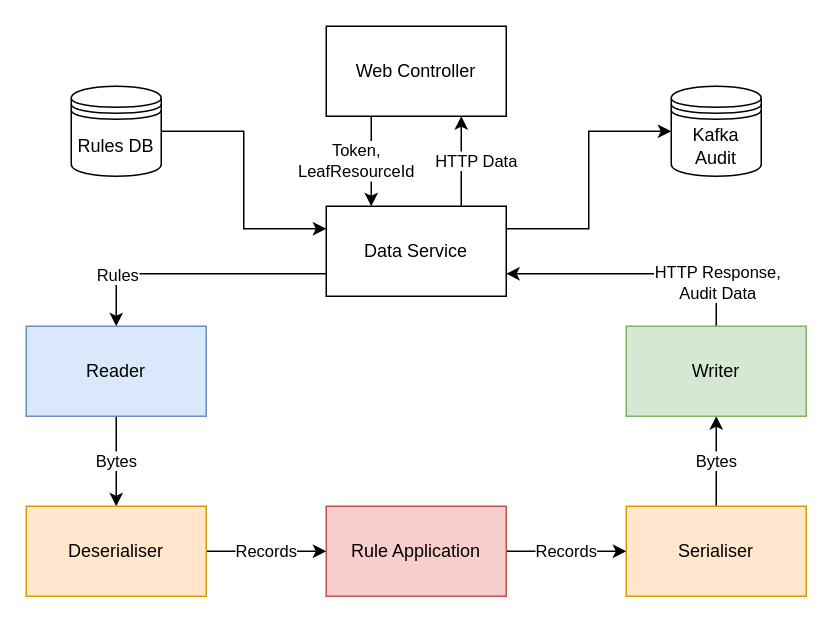
gchq/Palisade-services keeps this draw.io diagram as data-service/doc/data-streaming-pathway.drawio. Above is the earlier version. Source tidied: cells renumbered, new cells numbered last; positions are measured from the earlier drawing's top-left corner, leaving out a move shared by most shapes. Both pictures are drawn from the tidied source at 150%, with x=0, y=0 at pixel (26, 26).
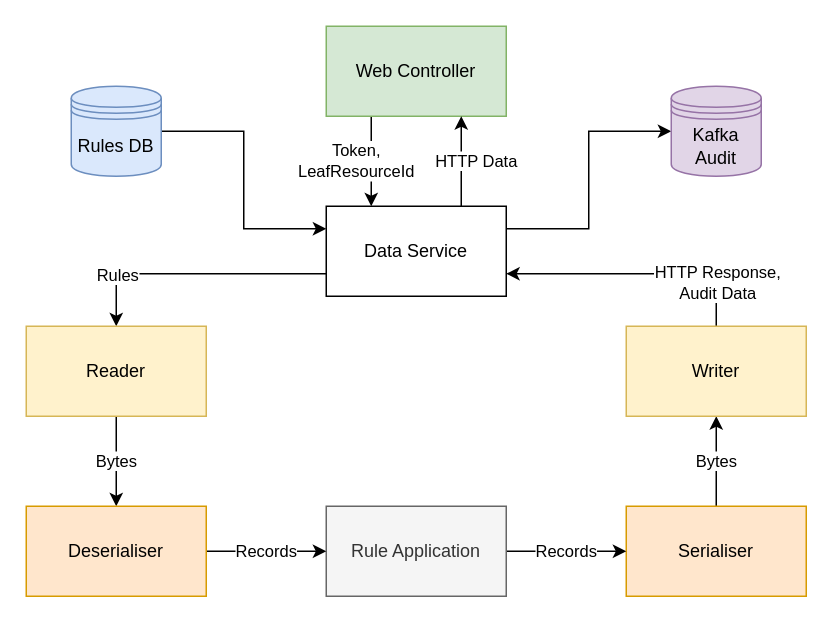
After the change.

Commit message (it also covers changes not shown here):
PAL-1086 updated diagram colours, and added backpressure-aware parallelisable rule application

Change to the diagram source:
```diff
@@
-<mxGraphModel>
+<mxGraphModel background="#ffffff">
@@
-    <mxCell id="3" value="Web Controller" style="rounded=0;whiteSpace=wrap;html=1;" parent="1" vertex="1">
+    <mxCell id="3" value="Web Controller" style="rounded=0;whiteSpace=wrap;html=1;fillColor=#d5e8d4;strokeColor=#82b366;" parent="1" vertex="1">
       <mxGeometry x="200" width="120" height="60" as="geometry" />
     </mxCell>
@@
-    <mxCell id="12" value="Reader" style="rounded=0;whiteSpace=wrap;html=1;fillColor=#dae8fc;strokeColor=#6c8ebf;" parent="1" vertex="1">
+    <mxCell id="12" value="Reader" style="rounded=0;whiteSpace=wrap;html=1;fillColor=#fff2cc;strokeColor=#d6b656;" parent="1" vertex="1">
       <mxGeometry y="200" width="120" height="60" as="geometry" />
     </mxCell>
@@
-    <mxCell id="15" value="Writer" style="rounded=0;whiteSpace=wrap;html=1;fillColor=#d5e8d4;strokeColor=#82b366;" parent="1" vertex="1">
+    <mxCell id="15" value="Writer" style="rounded=0;whiteSpace=wrap;html=1;fillColor=#fff2cc;strokeColor=#d6b656;" parent="1" vertex="1">
       <mxGeometry x="400" y="200" width="120" height="60" as="geometry" />
     </mxCell>
@@
-    <mxCell id="17" value="Rule Application" style="rounded=0;whiteSpace=wrap;html=1;fillColor=#f8cecc;strokeColor=#b85450;" parent="1" vertex="1">
+    <mxCell id="17" value="Rule Application" style="rounded=0;whiteSpace=wrap;html=1;fillColor=#f5f5f5;strokeColor=#666666;fontColor=#333333;" parent="1" vertex="1">
       <mxGeometry x="200" y="320" width="120" height="60" as="geometry" />
     </mxCell>
@@
-    <mxCell id="21" value="Rules DB" style="shape=datastore;whiteSpace=wrap;html=1;" parent="1" vertex="1">
+    <mxCell id="21" value="Rules DB" style="shape=datastore;whiteSpace=wrap;html=1;fillColor=#dae8fc;strokeColor=#6c8ebf;" parent="1" vertex="1">
       <mxGeometry x="30" y="40" width="60" height="60" as="geometry" />
     </mxCell>
-    <mxCell id="22" value="&lt;div&gt;Kafka&lt;/div&gt;&lt;div&gt;Audit&lt;br&gt;&lt;/div&gt;" style="shape=datastore;whiteSpace=wrap;html=1;" parent="1" vertex="1">
+    <mxCell id="22" value="&lt;div&gt;Kafka&lt;/div&gt;&lt;div&gt;Audit&lt;br&gt;&lt;/div&gt;" style="shape=datastore;whiteSpace=wrap;html=1;fillColor=#e1d5e7;strokeColor=#9673a6;" parent="1" vertex="1">
       <mxGeometry x="430" y="40" width="60" height="60" as="geometry" />
     </mxCell>
```
